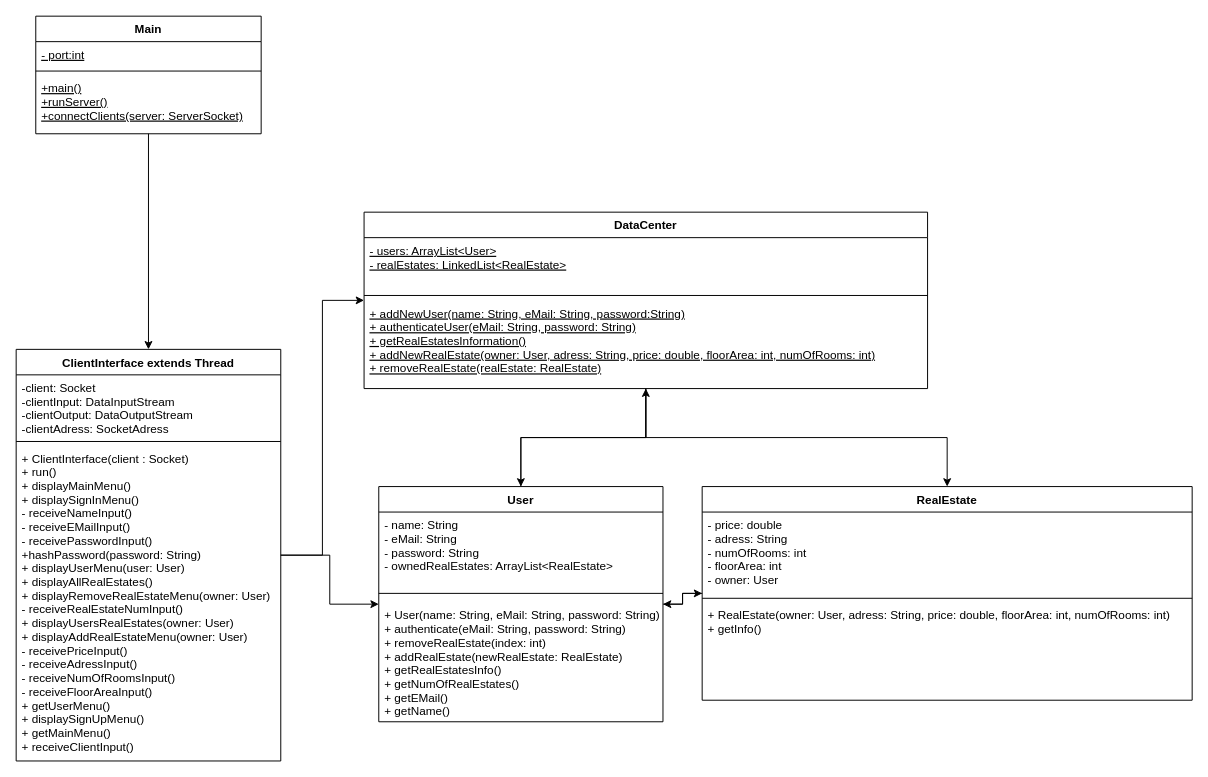
Before: KlassendiagrammServer.drawio in FabioKron/Online-Immobilienportal, a draw.io diagram. Source tidied: cells renumbered, new cells numbered last; positions are measured from the earlier drawing's top-left corner, leaving out a move shared by most shapes. Both pictures are drawn from the tidied source at 98%, with x=0, y=0 at pixel (16, 16).
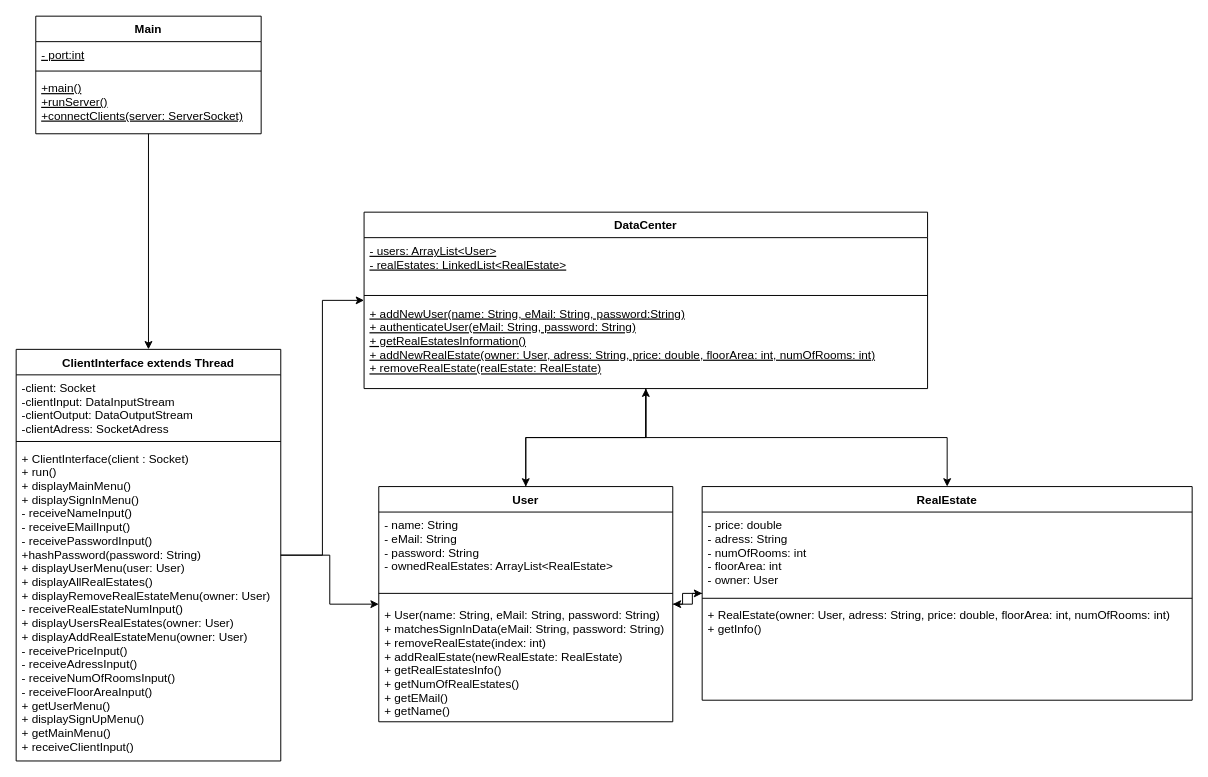
Above is the later version.

Commit message (it also covers changes not shown here):
Umbenennen einener Methode in den Modellierungsdiagrammen User.authenticate() zu User.matchesSignInData()

The edit, as a diff of the source:
```diff
@@
     <mxCell id="15" value="User" style="swimlane;fontStyle=1;align=center;verticalAlign=top;horizontal=1;startSize=26;" parent="1" vertex="1">
-      <mxGeometry x="370" y="480" width="290" height="240" as="geometry" />
+      <mxGeometry x="370" y="480" width="300" height="240" as="geometry" />
     </mxCell>
     <mxCell id="16" value="- name: String&#10;- eMail: String&#10;- password: String&#10;- ownedRealEstates: ArrayList&lt;RealEstate&gt;&#10;" style="text;strokeColor=none;fillColor=none;align=left;verticalAlign=top;spacingLeft=4;spacingRight=4;overflow=hidden;" parent="15" vertex="1">
-      <mxGeometry y="26" width="290" height="74" as="geometry" />
+      <mxGeometry y="26" width="300" height="74" as="geometry" />
     </mxCell>
     <mxCell id="17" style="line;strokeWidth=1;fillColor=none;align=left;verticalAlign=middle;spacingTop=-1;spacingLeft=3;spacingRight=3;labelPosition=right;" parent="15" vertex="1">
-      <mxGeometry y="100" width="290" height="18" as="geometry" />
+      <mxGeometry y="100" width="300" height="18" as="geometry" />
     </mxCell>
-    <mxCell id="18" value="+ User(name: String, eMail: String, password: String)&#10;+ authenticate(eMail: String, password: String)&#10;+ removeRealEstate(index: int)&#10;+ addRealEstate(newRealEstate: RealEstate)&#10;+ getRealEstatesInfo()&#10;+ getNumOfRealEstates()&#10;+ getEMail()&#10;+ getName()" style="text;strokeColor=none;fillColor=none;align=left;verticalAlign=top;spacingLeft=4;spacingRight=4;overflow=hidden;" parent="15" vertex="1">
-      <mxGeometry y="118" width="290" height="122" as="geometry" />
+    <mxCell id="18" value="+ User(name: String, eMail: String, password: String)&#10;+ matchesSignInData(eMail: String, password: String)&#10;+ removeRealEstate(index: int)&#10;+ addRealEstate(newRealEstate: RealEstate)&#10;+ getRealEstatesInfo()&#10;+ getNumOfRealEstates()&#10;+ getEMail()&#10;+ getName()" style="text;strokeColor=none;fillColor=none;align=left;verticalAlign=top;spacingLeft=4;spacingRight=4;overflow=hidden;" parent="15" vertex="1">
+      <mxGeometry y="118" width="300" height="122" as="geometry" />
     </mxCell>
```
